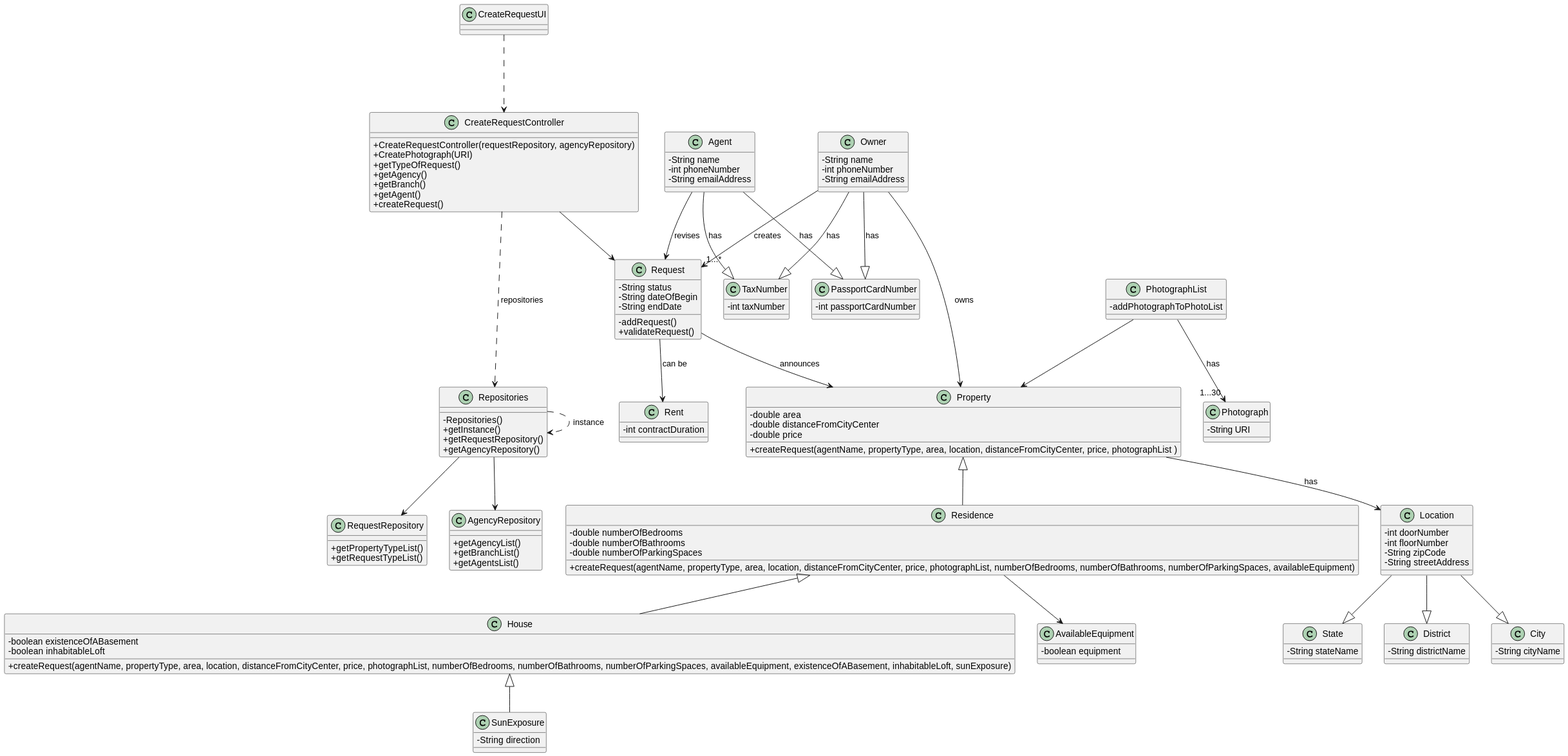
Earlier version of the PlantUML export docs/sprintB/us004/03.design/svg/us004-class-diagram.svg (1220812/LAPR2).
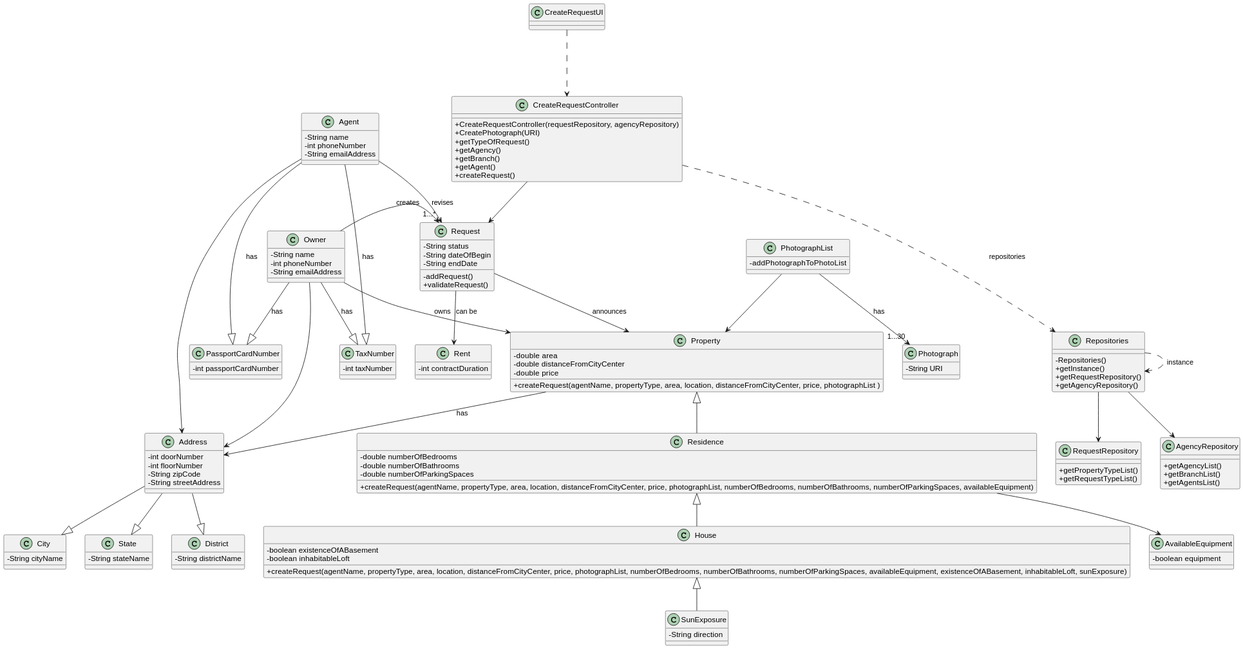
After the commit.

Diff of the diagram source:
```diff
@@ -78,7 +78,7 @@
 -String direction
 }
 
-class Location{
+class Address{
 -int doorNumber
 -int floorNumber
 -String zipCode
@@ -126,11 +126,11 @@
 CreateRequestController -.-> Repositories : repositories
 Repositories --> AgencyRepository
 Repositories --> RequestRepository
-Location --|> State
-Location --|> City
-Location --|> District
+Address --|> State
+Address --|> City
+Address --|> District
 Property <|-- Residence
-Property --> Location : has
+Property --> Address : has
 PhotographList --> Property
 Residence <|-- House
 Residence --> AvailableEquipment
@@ -146,4 +146,6 @@
 Agent --|> TaxNumber : has
 Owner -> "1...*" Request : creates
 Agent --> Request : revises
+Agent --> Address
+Owner --> Address
 @enduml
```
